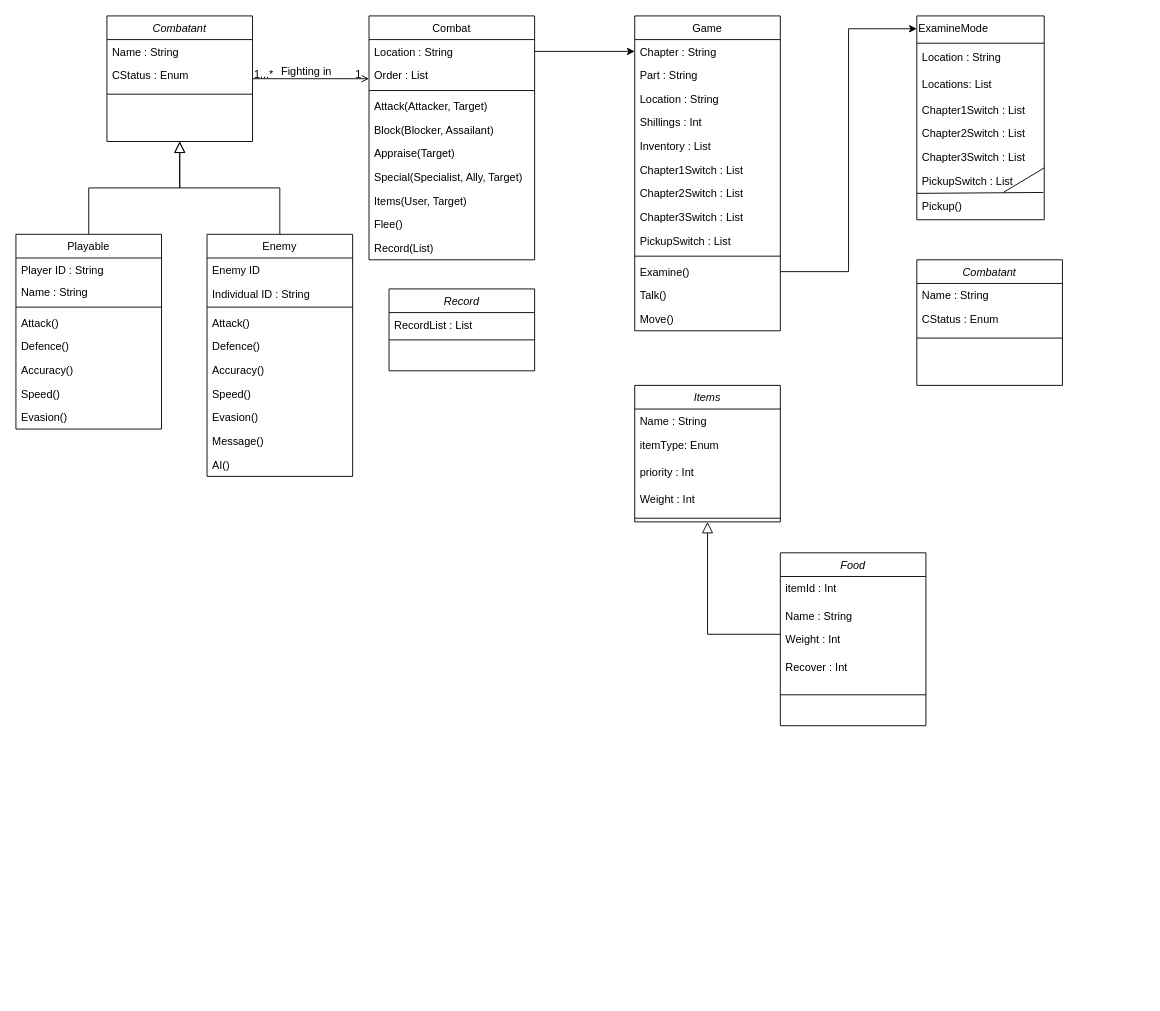
Earlier version of the draw.io diagram WandW_class.drawio (wildwood44/WildAndWyrdDemo). Source tidied: cells renumbered, new cells numbered last; positions are measured from the earlier drawing's top-left corner, leaving out a move shared by most shapes. Both pictures are drawn from the tidied source at 91%, with x=0, y=0 at pixel (15, 15).
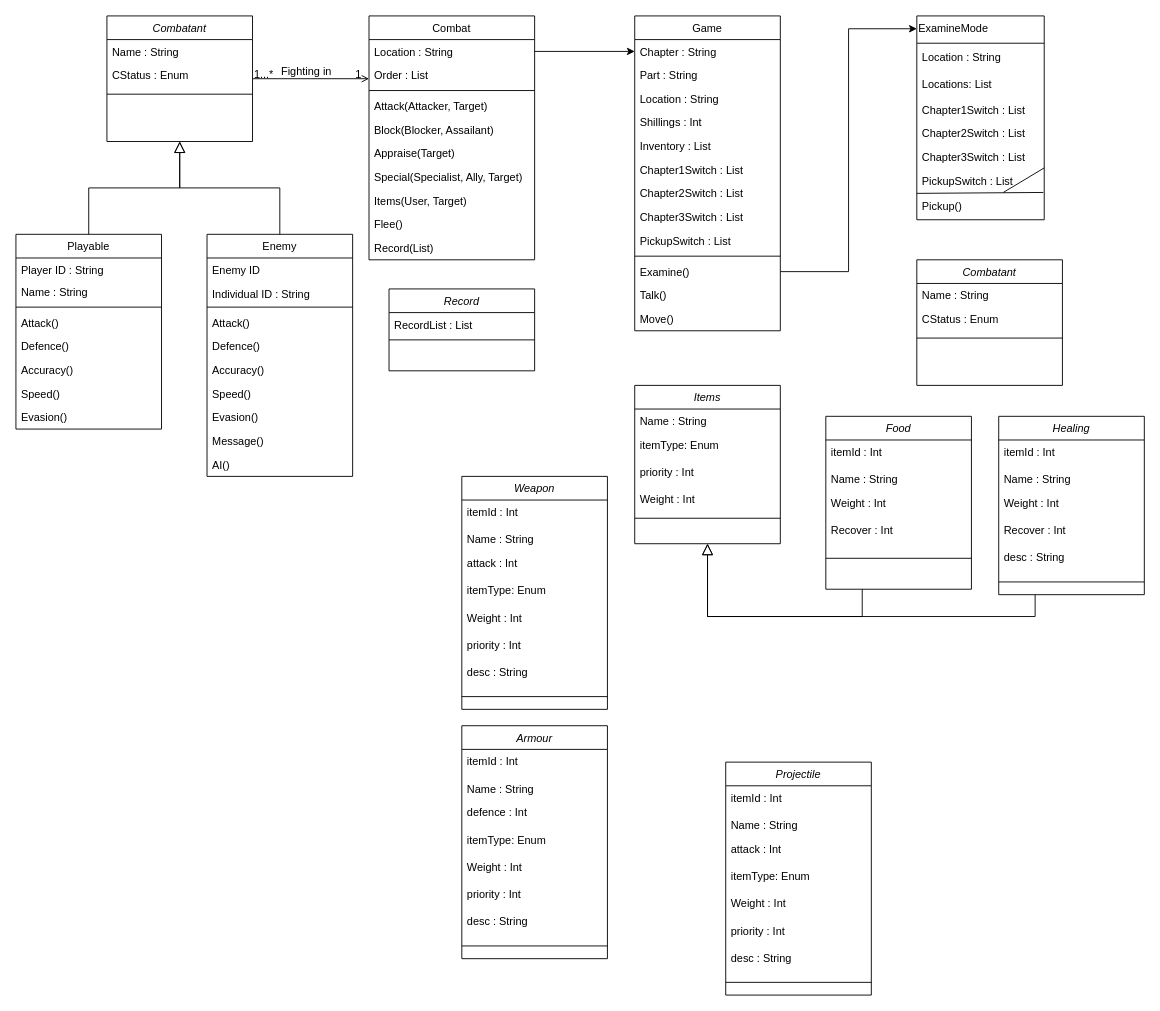
Above is the later version.

The change refers to these unchanged cells:
```xml
<mxCell id="79" value="Weight : Int" style="text;strokeColor=none;fillColor=none;align=left;verticalAlign=top;rounded=0;spacingLeft=4;spacingRight=4;" parent="76" vertex="1">
  <mxGeometry y="82" width="160" height="30" as="geometry" />
</mxCell>
```

Diff of the diagram source:
```diff
@@
     <mxCell id="76" value="Food" style="swimlane;fontStyle=2;align=center;verticalAlign=top;horizontal=1;startSize=26;rounded=0;shadow=0;strokeWidth=1;" parent="1" vertex="1">
-      <mxGeometry x="840" y="590" width="160" height="190" as="geometry" />
+      <mxGeometry x="890" y="440" width="160" height="190" as="geometry" />
     </mxCell>
@@
     <mxCell id="82" value="Items" style="swimlane;fontStyle=2;align=center;verticalAlign=top;horizontal=1;startSize=26;rounded=0;shadow=0;strokeWidth=1;" parent="1" vertex="1">
-      <mxGeometry x="680" y="406" width="160" height="150" as="geometry" />
+      <mxGeometry x="680" y="406" width="160" height="174" as="geometry" />
     </mxCell>
@@
-    <mxCell id="88" style="edgeStyle=orthogonalEdgeStyle;rounded=0;jettySize=auto;html=1;exitX=0;exitY=0.25;exitDx=0;exitDy=0;entryX=0.5;entryY=1;entryDx=0;entryDy=0;endArrow=block;endFill=0;endSize=10;" parent="1" edge="1" source="79" target="82">
-      <mxGeometry relative="1" as="geometry" />
+    <mxCell id="88" style="edgeStyle=orthogonalEdgeStyle;rounded=0;jettySize=auto;html=1;entryX=0.5;entryY=1;entryDx=0;entryDy=0;endArrow=block;endFill=0;endSize=10;exitX=0.25;exitY=1;exitDx=0;exitDy=0;" parent="1" edge="1" source="76" target="82">
+      <mxGeometry relative="1" as="geometry">
+        <Array as="points">
+          <mxPoint x="930" y="660" />
+          <mxPoint x="760" y="660" />
+        </Array>
+      </mxGeometry>
     </mxCell>
+    <mxCell id="89" value="Healing" style="swimlane;fontStyle=2;align=center;verticalAlign=top;horizontal=1;startSize=26;rounded=0;shadow=0;strokeWidth=1;" parent="1" vertex="1">
+      <mxGeometry x="1080" y="440" width="160" height="196" as="geometry" />
+    </mxCell>
+    <mxCell id="90" value="itemId : Int" style="text;strokeColor=none;fillColor=none;align=left;verticalAlign=top;rounded=0;spacingLeft=4;spacingRight=4;" parent="89" vertex="1">
+      <mxGeometry y="26" width="160" height="30" as="geometry" />
+    </mxCell>
+    <mxCell id="91" value="Name : String" style="text;align=left;verticalAlign=top;spacingLeft=4;spacingRight=4;overflow=hidden;" parent="89" vertex="1">
+      <mxGeometry y="56" width="160" height="26" as="geometry" />
+    </mxCell>
+    <mxCell id="92" value="Weight : Int" style="text;strokeColor=none;fillColor=none;align=left;verticalAlign=top;rounded=0;spacingLeft=4;spacingRight=4;" parent="89" vertex="1">
+      <mxGeometry y="82" width="160" height="30" as="geometry" />
+    </mxCell>
+    <mxCell id="93" value="Recover : Int" style="text;strokeColor=none;fillColor=none;align=left;verticalAlign=top;rounded=0;spacingLeft=4;spacingRight=4;" parent="89" vertex="1">
+      <mxGeometry y="112" width="160" height="30" as="geometry" />
+    </mxCell>
+    <mxCell id="94" value="desc : String" style="text;align=left;verticalAlign=top;spacingLeft=4;spacingRight=4;overflow=hidden;" parent="89" vertex="1">
+      <mxGeometry y="142" width="160" height="26" as="geometry" />
+    </mxCell>
+    <mxCell id="95" style="line;html=1;strokeWidth=1;align=left;verticalAlign=middle;spacingTop=-1;spacingLeft=3;spacingRight=3;labelPosition=right;" parent="89" vertex="1">
+      <mxGeometry y="168" width="160" height="28" as="geometry" />
+    </mxCell>
+    <mxCell id="96" value="Weapon" style="swimlane;fontStyle=2;align=center;verticalAlign=top;horizontal=1;startSize=26;rounded=0;shadow=0;strokeWidth=1;" parent="1" vertex="1">
+      <mxGeometry x="490" y="506" width="160" height="256" as="geometry" />
+    </mxCell>
+    <mxCell id="97" value="itemId : Int" style="text;strokeColor=none;fillColor=none;align=left;verticalAlign=top;rounded=0;spacingLeft=4;spacingRight=4;" parent="96" vertex="1">
+      <mxGeometry y="26" width="160" height="30" as="geometry" />
+    </mxCell>
+    <mxCell id="98" value="Name : String" style="text;align=left;verticalAlign=top;spacingLeft=4;spacingRight=4;overflow=hidden;" parent="96" vertex="1">
+      <mxGeometry y="56" width="160" height="26" as="geometry" />
+    </mxCell>
+    <mxCell id="99" value="attack : Int" style="text;strokeColor=none;fillColor=none;align=left;verticalAlign=top;rounded=0;spacingLeft=4;spacingRight=4;" parent="96" vertex="1">
+      <mxGeometry y="82" width="160" height="30" as="geometry" />
+    </mxCell>
+    <mxCell id="100" value="itemType: Enum" style="text;strokeColor=none;fillColor=none;align=left;verticalAlign=top;rounded=0;spacingLeft=4;spacingRight=4;" parent="96" vertex="1">
+      <mxGeometry y="112" width="160" height="30" as="geometry" />
+    </mxCell>
+    <mxCell id="101" value="Weight : Int" style="text;strokeColor=none;fillColor=none;align=left;verticalAlign=top;rounded=0;spacingLeft=4;spacingRight=4;" parent="96" vertex="1">
+      <mxGeometry y="142" width="160" height="30" as="geometry" />
+    </mxCell>
+    <mxCell id="102" value="priority : Int" style="text;strokeColor=none;fillColor=none;align=left;verticalAlign=top;rounded=0;spacingLeft=4;spacingRight=4;" parent="96" vertex="1">
+      <mxGeometry y="172" width="160" height="30" as="geometry" />
+    </mxCell>
+    <mxCell id="103" value="desc : String" style="text;align=left;verticalAlign=top;spacingLeft=4;spacingRight=4;overflow=hidden;" parent="96" vertex="1">
+      <mxGeometry y="202" width="160" height="26" as="geometry" />
+    </mxCell>
+    <mxCell id="104" style="line;html=1;strokeWidth=1;align=left;verticalAlign=middle;spacingTop=-1;spacingLeft=3;spacingRight=3;labelPosition=right;" parent="96" vertex="1">
+      <mxGeometry y="228" width="160" height="28" as="geometry" />
+    </mxCell>
+    <mxCell id="105" value="Armour" style="swimlane;fontStyle=2;align=center;verticalAlign=top;horizontal=1;startSize=26;rounded=0;shadow=0;strokeWidth=1;" parent="1" vertex="1">
+      <mxGeometry x="490" y="780" width="160" height="256" as="geometry" />
+    </mxCell>
+    <mxCell id="106" value="itemId : Int" style="text;strokeColor=none;fillColor=none;align=left;verticalAlign=top;rounded=0;spacingLeft=4;spacingRight=4;" parent="105" vertex="1">
+      <mxGeometry y="26" width="160" height="30" as="geometry" />
+    </mxCell>
+    <mxCell id="107" value="Name : String" style="text;align=left;verticalAlign=top;spacingLeft=4;spacingRight=4;overflow=hidden;" parent="105" vertex="1">
+      <mxGeometry y="56" width="160" height="26" as="geometry" />
+    </mxCell>
+    <mxCell id="108" value="defence : Int" style="text;strokeColor=none;fillColor=none;align=left;verticalAlign=top;rounded=0;spacingLeft=4;spacingRight=4;" parent="105" vertex="1">
+      <mxGeometry y="82" width="160" height="30" as="geometry" />
+    </mxCell>
+    <mxCell id="109" value="itemType: Enum" style="text;strokeColor=none;fillColor=none;align=left;verticalAlign=top;rounded=0;spacingLeft=4;spacingRight=4;" parent="105" vertex="1">
+      <mxGeometry y="112" width="160" height="30" as="geometry" />
+    </mxCell>
+    <mxCell id="110" value="Weight : Int" style="text;strokeColor=none;fillColor=none;align=left;verticalAlign=top;rounded=0;spacingLeft=4;spacingRight=4;" parent="105" vertex="1">
+      <mxGeometry y="142" width="160" height="30" as="geometry" />
+    </mxCell>
+    <mxCell id="111" value="priority : Int" style="text;strokeColor=none;fillColor=none;align=left;verticalAlign=top;rounded=0;spacingLeft=4;spacingRight=4;" parent="105" vertex="1">
+      <mxGeometry y="172" width="160" height="30" as="geometry" />
+    </mxCell>
+    <mxCell id="112" value="desc : String" style="text;align=left;verticalAlign=top;spacingLeft=4;spacingRight=4;overflow=hidden;" parent="105" vertex="1">
+      <mxGeometry y="202" width="160" height="26" as="geometry" />
+    </mxCell>
+    <mxCell id="113" style="line;html=1;strokeWidth=1;align=left;verticalAlign=middle;spacingTop=-1;spacingLeft=3;spacingRight=3;labelPosition=right;" parent="105" vertex="1">
+      <mxGeometry y="228" width="160" height="28" as="geometry" />
+    </mxCell>
+    <mxCell id="114" value="Projectile" style="swimlane;fontStyle=2;align=center;verticalAlign=top;horizontal=1;startSize=26;rounded=0;shadow=0;strokeWidth=1;" parent="1" vertex="1">
+      <mxGeometry x="780" y="820" width="160" height="256" as="geometry" />
+    </mxCell>
+    <mxCell id="115" value="itemId : Int" style="text;strokeColor=none;fillColor=none;align=left;verticalAlign=top;rounded=0;spacingLeft=4;spacingRight=4;" parent="114" vertex="1">
+      <mxGeometry y="26" width="160" height="30" as="geometry" />
+    </mxCell>
+    <mxCell id="116" value="Name : String" style="text;align=left;verticalAlign=top;spacingLeft=4;spacingRight=4;overflow=hidden;" parent="114" vertex="1">
+      <mxGeometry y="56" width="160" height="26" as="geometry" />
+    </mxCell>
+    <mxCell id="117" value="attack : Int" style="text;strokeColor=none;fillColor=none;align=left;verticalAlign=top;rounded=0;spacingLeft=4;spacingRight=4;" parent="114" vertex="1">
+      <mxGeometry y="82" width="160" height="30" as="geometry" />
+    </mxCell>
+    <mxCell id="118" value="itemType: Enum" style="text;strokeColor=none;fillColor=none;align=left;verticalAlign=top;rounded=0;spacingLeft=4;spacingRight=4;" parent="114" vertex="1">
+      <mxGeometry y="112" width="160" height="30" as="geometry" />
+    </mxCell>
+    <mxCell id="119" value="Weight : Int" style="text;strokeColor=none;fillColor=none;align=left;verticalAlign=top;rounded=0;spacingLeft=4;spacingRight=4;" parent="114" vertex="1">
+      <mxGeometry y="142" width="160" height="30" as="geometry" />
+    </mxCell>
+    <mxCell id="120" value="priority : Int" style="text;strokeColor=none;fillColor=none;align=left;verticalAlign=top;rounded=0;spacingLeft=4;spacingRight=4;" parent="114" vertex="1">
+      <mxGeometry y="172" width="160" height="30" as="geometry" />
+    </mxCell>
+    <mxCell id="121" value="desc : String" style="text;align=left;verticalAlign=top;spacingLeft=4;spacingRight=4;overflow=hidden;" parent="114" vertex="1">
+      <mxGeometry y="202" width="160" height="26" as="geometry" />
+    </mxCell>
+    <mxCell id="122" style="line;html=1;strokeWidth=1;align=left;verticalAlign=middle;spacingTop=-1;spacingLeft=3;spacingRight=3;labelPosition=right;" parent="114" vertex="1">
+      <mxGeometry y="228" width="160" height="28" as="geometry" />
+    </mxCell>
+    <mxCell id="123" style="edgeStyle=orthogonalEdgeStyle;rounded=0;jettySize=auto;html=1;endArrow=block;endFill=0;endSize=10;exitX=0.25;exitY=1;exitDx=0;exitDy=0;" parent="1" edge="1" source="89">
+      <mxGeometry relative="1" as="geometry">
+        <mxPoint x="760" y="580" as="targetPoint" />
+        <Array as="points">
+          <mxPoint x="1120" y="660" />
+          <mxPoint x="760" y="660" />
+        </Array>
+      </mxGeometry>
+    </mxCell>
```
